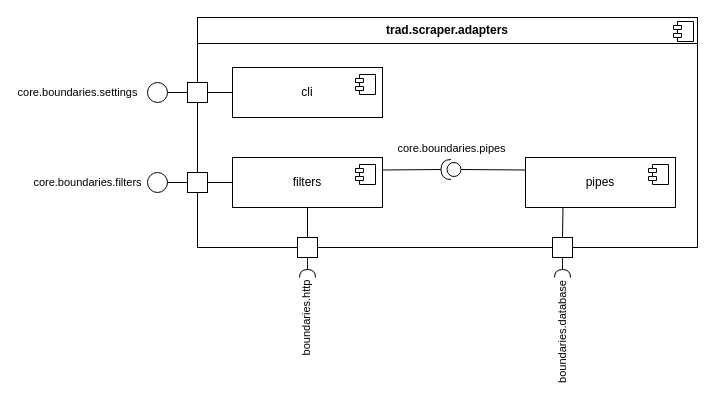
This is doc/architecture/scraper/bbview_level3_adapters.drawio from aardjon/trad, a draw.io file, before an edit. Source tidied: cells renumbered, new cells numbered last; positions are measured from the earlier drawing's top-left corner, leaving out a move shared by most shapes. Both pictures are drawn from the tidied source at 100%, with x=0, y=0 at pixel (147, 17).
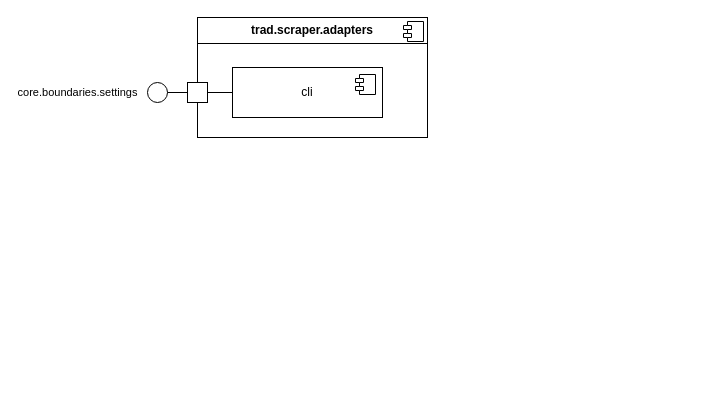
The same diagram, later.

The change refers to these unchanged cells:
```xml
<mxCell id="28" value="cli" style="html=1;whiteSpace=wrap;" parent="1" vertex="1">
  <mxGeometry x="85" y="50" width="150" height="50" as="geometry" />
</mxCell>
<mxCell id="31" style="whiteSpace=wrap;html=1;" parent="1" vertex="1">
  <mxGeometry x="40" y="65" width="20" height="20" as="geometry" />
</mxCell>
```

Diff of the diagram source:
```diff
@@
     <mxCell id="2" value="&lt;p style=&quot;margin:0px;margin-top:6px;text-align:center;&quot;&gt;&lt;b&gt;trad.scraper.adapters&lt;/b&gt;&lt;/p&gt;&lt;hr size=&quot;1&quot; style=&quot;border-style:solid;&quot;&gt;&lt;p style=&quot;margin:0px;margin-left:8px;&quot;&gt;&lt;br&gt;&lt;/p&gt;" style="align=left;overflow=fill;html=1;whiteSpace=wrap;" parent="1" vertex="1">
-      <mxGeometry x="50" width="500" height="230" as="geometry" />
+      <mxGeometry x="50" width="230" height="120" as="geometry" />
     </mxCell>
-    <mxCell id="3" style="shape=component;jettyWidth=8;jettyHeight=4;" parent="2" vertex="1">
-      <mxGeometry x="1" width="20" height="20" relative="1" as="geometry">
-        <mxPoint x="-24" y="4" as="offset" />
-      </mxGeometry>
-    </mxCell>
-    <mxCell id="4" value="filters" style="html=1;whiteSpace=wrap;" parent="1" vertex="1">
-      <mxGeometry x="85" y="140" width="150" height="50" as="geometry" />
-    </mxCell>
-    <mxCell id="5" style="shape=module;jettyWidth=8;jettyHeight=4;" parent="4" vertex="1">
-      <mxGeometry x="1" width="20" height="20" relative="1" as="geometry">
-        <mxPoint x="-27" y="7" as="offset" />
-      </mxGeometry>
-    </mxCell>
-    <mxCell id="6" value="pipes" style="html=1;whiteSpace=wrap;" parent="1" vertex="1">
-      <mxGeometry x="378" y="140" width="150" height="50" as="geometry" />
-    </mxCell>
-    <mxCell id="7" style="shape=module;jettyWidth=8;jettyHeight=4;" parent="6" vertex="1">
-      <mxGeometry x="1" width="20" height="20" relative="1" as="geometry">
-        <mxPoint x="-27" y="7" as="offset" />
-      </mxGeometry>
-    </mxCell>
-    <mxCell id="8" style="ellipse;whiteSpace=wrap;html=1;" parent="1" vertex="1">
-      <mxGeometry y="155" width="20" height="20" as="geometry" />
-    </mxCell>
-    <mxCell id="9" style="shape=providedRequiredInterface;html=1;verticalLabelPosition=bottom;sketch=0;rotation=-180;" parent="1" vertex="1">
-      <mxGeometry x="293.5" y="142" width="20" height="20" as="geometry" />
-    </mxCell>
-    <mxCell id="10" style="endArrow=none;html=1;rounded=0;exitX=1;exitY=0.25;exitDx=0;exitDy=0;entryX=1;entryY=0.5;entryDx=0;entryDy=0;entryPerimeter=0;" parent="1" edge="1" source="4" target="9">
-      <mxGeometry relative="1" as="geometry" />
-    </mxCell>
-    <mxCell id="11" value="core.boundaries.pipes" style="edgeLabel;html=1;align=center;verticalAlign=middle;" parent="10" vertex="1">
-      <mxGeometry x="-0.18" y="2" relative="1" as="geometry">
-        <mxPoint x="45" y="-20" as="offset" />
-      </mxGeometry>
-    </mxCell>
-    <mxCell id="12" style="endArrow=none;html=1;rounded=0;entryX=0;entryY=0.25;entryDx=0;entryDy=0;exitX=0;exitY=0.5;exitDx=0;exitDy=0;exitPerimeter=0;" parent="1" edge="1" source="9" target="6">
-      <mxGeometry relative="1" as="geometry" />
-    </mxCell>
-    <mxCell id="13" style="whiteSpace=wrap;html=1;" parent="1" vertex="1">
-      <mxGeometry x="40" y="155" width="20" height="20" as="geometry" />
-    </mxCell>
-    <mxCell id="14" value="core.boundaries.filters" style="endArrow=none;html=1;rounded=0;entryX=0;entryY=0.5;entryDx=0;entryDy=0;exitX=1;exitY=0.5;exitDx=0;exitDy=0;" parent="1" edge="1" source="8" target="13">
-      <mxGeometry x="-1" y="-80" relative="1" as="geometry">
-        <mxPoint x="-80" y="-80" as="offset" />
-      </mxGeometry>
-    </mxCell>
-    <mxCell id="15" style="endArrow=none;html=1;rounded=0;entryX=1;entryY=0.5;entryDx=0;entryDy=0;exitX=0;exitY=0.5;exitDx=0;exitDy=0;" parent="1" edge="1" source="4" target="13">
-      <mxGeometry relative="1" as="geometry" />
-    </mxCell>
-    <mxCell id="16" style="ellipse;whiteSpace=wrap;html=1;align=center;fillColor=none;strokeColor=none;perimeter=centerPerimeter;" parent="1" vertex="1">
-      <mxGeometry x="110" y="270" width="10" height="10" as="geometry" />
-    </mxCell>
-    <mxCell id="17" style="whiteSpace=wrap;html=1;" parent="1" vertex="1">
-      <mxGeometry x="405" y="220" width="20" height="20" as="geometry" />
-    </mxCell>
-    <mxCell id="18" style="rounded=0;jettySize=auto;html=1;endArrow=halfCircle;endFill=0;endSize=6;strokeWidth=1;sketch=0;fontSize=12;curved=1;exitX=0.5;exitY=1;exitDx=0;exitDy=0;" parent="1" edge="1" source="17">
-      <mxGeometry relative="1" as="geometry">
-        <mxPoint x="415" y="260" as="targetPoint" />
-      </mxGeometry>
-    </mxCell>
-    <mxCell id="19" value="boundaries.database" style="edgeLabel;html=1;align=center;verticalAlign=middle;rotation=-90;" parent="18" vertex="1">
-      <mxGeometry x="0.1" y="3" relative="1" as="geometry">
-        <mxPoint x="-4" y="65" as="offset" />
-      </mxGeometry>
-    </mxCell>
-    <mxCell id="20" style="ellipse;whiteSpace=wrap;html=1;align=center;fillColor=none;strokeColor=none;perimeter=centerPerimeter;" parent="1" vertex="1">
-      <mxGeometry x="405" y="270" width="10" height="10" as="geometry" />
-    </mxCell>
-    <mxCell id="21" style="whiteSpace=wrap;html=1;" parent="1" vertex="1">
-      <mxGeometry x="150" y="220" width="20" height="20" as="geometry" />
-    </mxCell>
-    <mxCell id="22" style="rounded=0;jettySize=auto;html=1;endArrow=halfCircle;endFill=0;endSize=6;strokeWidth=1;sketch=0;fontSize=12;curved=1;exitX=0.5;exitY=1;exitDx=0;exitDy=0;" parent="1" edge="1" source="21">
-      <mxGeometry relative="1" as="geometry">
-        <mxPoint x="160" y="260" as="targetPoint" />
-      </mxGeometry>
-    </mxCell>
-    <mxCell id="23" value="boundaries.http" style="edgeLabel;html=1;align=center;verticalAlign=middle;rotation=-90;" parent="22" vertex="1">
-      <mxGeometry x="0.1" y="3" relative="1" as="geometry">
-        <mxPoint x="-5" y="51" as="offset" />
-      </mxGeometry>
-    </mxCell>
-    <mxCell id="24" style="ellipse;whiteSpace=wrap;html=1;align=center;fillColor=none;strokeColor=none;perimeter=centerPerimeter;" parent="1" vertex="1">
-      <mxGeometry x="150" y="270" width="10" height="10" as="geometry" />
-    </mxCell>
-    <mxCell id="25" style="ellipse;whiteSpace=wrap;html=1;align=center;fillColor=none;strokeColor=none;perimeter=centerPerimeter;" parent="1" vertex="1">
-      <mxGeometry x="190" y="270" width="10" height="10" as="geometry" />
-    </mxCell>
-    <mxCell id="26" style="endArrow=none;html=1;rounded=0;entryX=0.5;entryY=1;entryDx=0;entryDy=0;exitX=0.5;exitY=0;exitDx=0;exitDy=0;" parent="1" edge="1" source="21" target="4">
-      <mxGeometry relative="1" as="geometry" />
-    </mxCell>
-    <mxCell id="27" style="endArrow=none;html=1;rounded=0;entryX=0.5;entryY=0;entryDx=0;entryDy=0;exitX=0.25;exitY=1;exitDx=0;exitDy=0;" parent="1" edge="1" source="6" target="17">
-      <mxGeometry relative="1" as="geometry" />
-    </mxCell>
+    <mxCell id="34" style="shape=component;jettyWidth=8;jettyHeight=4;" parent="2" vertex="1">
+      <mxGeometry x="1" width="20" height="20" relative="1" as="geometry">
+        <mxPoint x="-24" y="4" as="offset" />
+      </mxGeometry>
+    </mxCell>
@@
-    <mxCell id="29" style="shape=module;jettyWidth=8;jettyHeight=4;" parent="28" vertex="1">
-      <mxGeometry x="1" width="20" height="20" relative="1" as="geometry">
-        <mxPoint x="-27" y="7" as="offset" />
-      </mxGeometry>
-    </mxCell>
+    <mxCell id="35" style="shape=module;jettyWidth=8;jettyHeight=4;" parent="28" vertex="1">
+      <mxGeometry x="1" width="20" height="20" relative="1" as="geometry">
+        <mxPoint x="-27" y="7" as="offset" />
+      </mxGeometry>
+    </mxCell>
@@
-    <mxCell id="33" style="endArrow=none;html=1;rounded=0;entryX=1;entryY=0.5;entryDx=0;entryDy=0;exitX=0;exitY=0.5;exitDx=0;exitDy=0;" parent="1" edge="1" source="28" target="31">
-      <mxGeometry relative="1" as="geometry" />
-    </mxCell>
+    <mxCell id="36" style="endArrow=none;html=1;rounded=0;entryX=0;entryY=0.5;entryDx=0;entryDy=0;exitX=1;exitY=0.5;exitDx=0;exitDy=0;" parent="1" edge="1" source="31" target="28">
+      <mxGeometry relative="1" as="geometry" />
+    </mxCell>
```
